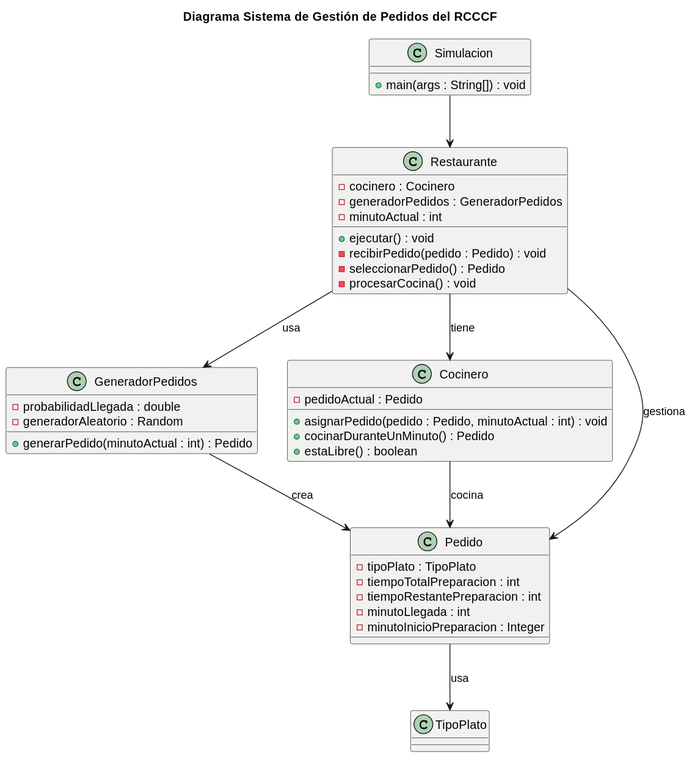
Before: entregas/orozcoBeatriz/documentos/diagramaReto005.svg, a diagram exported from PlantUML (mmasias/25-26-EDA1).
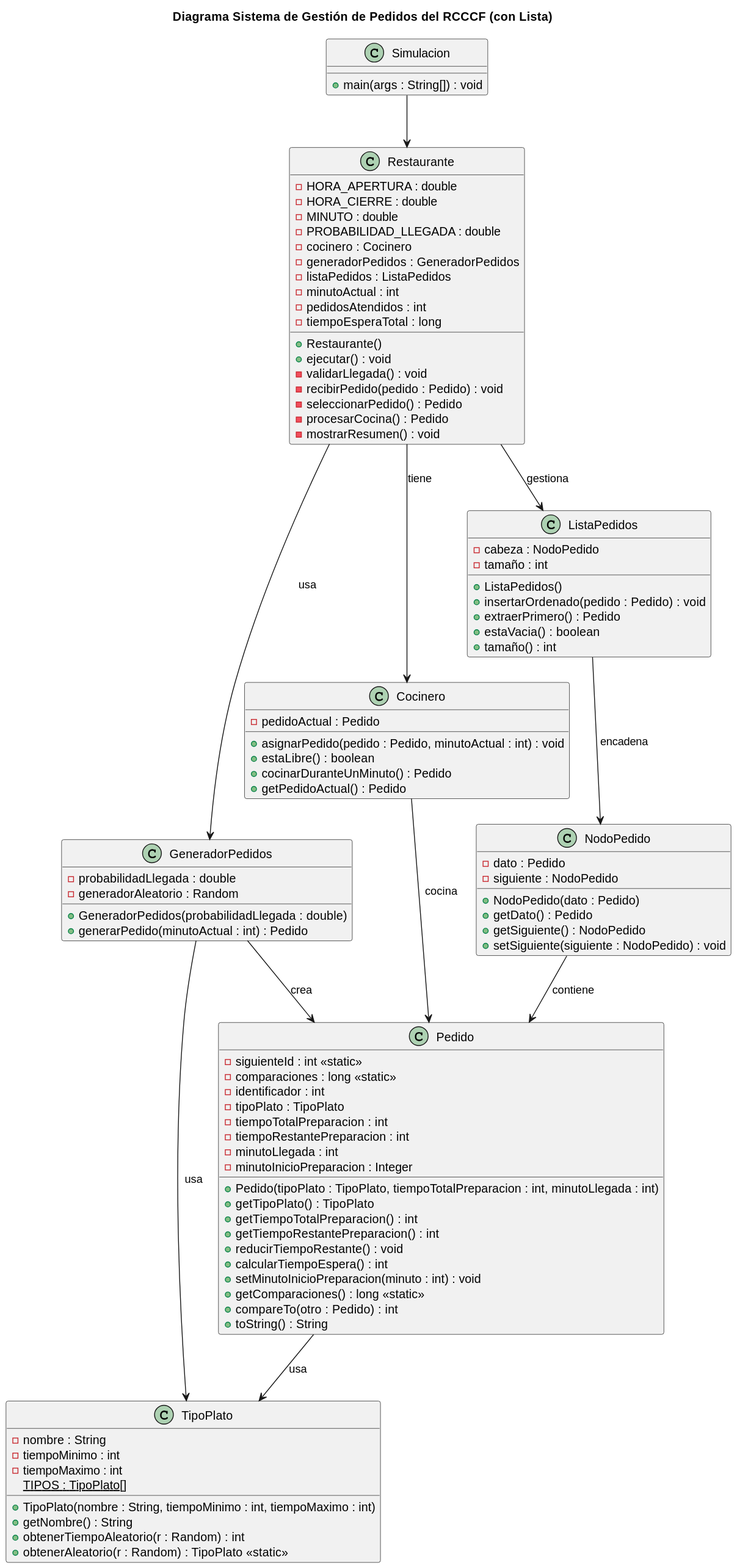
The same file after the commit.

Diff of the diagram source:
```diff
@@ -1,49 +1,104 @@
 @startuml
-title Diagrama Sistema de Gestión de Pedidos del RCCCF
+title Diagrama Sistema de Gestión de Pedidos del RCCCF (con Lista)
 
 class Simulacion {
     + main(args : String[]) : void
 }
 
 class Restaurante {
+    - HORA_APERTURA : double
+    - HORA_CIERRE : double
+    - MINUTO : double
+    - PROBABILIDAD_LLEGADA : double
     - cocinero : Cocinero
     - generadorPedidos : GeneradorPedidos
+    - listaPedidos : ListaPedidos
     - minutoActual : int
+    - pedidosAtendidos : int
+    - tiempoEsperaTotal : long
+    + Restaurante()
     + ejecutar() : void
+    - validarLlegada() : void
     - recibirPedido(pedido : Pedido) : void
     - seleccionarPedido() : Pedido
-    - procesarCocina() : void
+    - procesarCocina() : Pedido
+    - mostrarResumen() : void
+}
+
+class Cocinero {
+    - pedidoActual : Pedido
+    + asignarPedido(pedido : Pedido, minutoActual : int) : void
+    + estaLibre() : boolean
+    + cocinarDuranteUnMinuto() : Pedido
+    + getPedidoActual() : Pedido
 }
 
 class GeneradorPedidos {
     - probabilidadLlegada : double
     - generadorAleatorio : Random
+    + GeneradorPedidos(probabilidadLlegada : double)
     + generarPedido(minutoActual : int) : Pedido
 }
 
-class Cocinero {
-    - pedidoActual : Pedido
-    + asignarPedido(pedido : Pedido, minutoActual : int) : void
-    + cocinarDuranteUnMinuto() : Pedido
-    + estaLibre() : boolean
+class ListaPedidos {
+    - cabeza : NodoPedido
+    - tamaño : int
+    + ListaPedidos()
+    + insertarOrdenado(pedido : Pedido) : void
+    + extraerPrimero() : Pedido
+    + estaVacia() : boolean
+    + tamaño() : int
+}
+
+class NodoPedido {
+    - dato : Pedido
+    - siguiente : NodoPedido
+    + NodoPedido(dato : Pedido)
+    + getDato() : Pedido
+    + getSiguiente() : NodoPedido
+    + setSiguiente(siguiente : NodoPedido) : void
 }
 
 class Pedido {
+    - siguienteId : int <<static>>
+    - comparaciones : long <<static>>
+    - identificador : int
     - tipoPlato : TipoPlato
     - tiempoTotalPreparacion : int
     - tiempoRestantePreparacion : int
     - minutoLlegada : int
     - minutoInicioPreparacion : Integer
+    + Pedido(tipoPlato : TipoPlato, tiempoTotalPreparacion : int, minutoLlegada : int)
+    + getTipoPlato() : TipoPlato
+    + getTiempoTotalPreparacion() : int
+    + getTiempoRestantePreparacion() : int
+    + reducirTiempoRestante() : void
+    + calcularTiempoEspera() : int
+    + setMinutoInicioPreparacion(minuto : int) : void
+    + getComparaciones() : long <<static>>
+    + compareTo(otro : Pedido) : int
+    + toString() : String
 }
 
 class TipoPlato {
+    - nombre : String
+    - tiempoMinimo : int
+    - tiempoMaximo : int
+    + TipoPlato(nombre : String, tiempoMinimo : int, tiempoMaximo : int)
+    + getNombre() : String
+    + obtenerTiempoAleatorio(r : Random) : int
+    + obtenerAleatorio(r : Random) : TipoPlato <<static>>
+    {static} TIPOS : TipoPlato[]
 }
 
 Simulacion --> Restaurante
+Restaurante --> Cocinero : tiene
 Restaurante --> GeneradorPedidos : usa
-Restaurante --> Cocinero : tiene
-Restaurante --> Pedido : gestiona
+Restaurante --> ListaPedidos : gestiona
 GeneradorPedidos --> Pedido : crea
+GeneradorPedidos --> TipoPlato : usa
+ListaPedidos --> NodoPedido : encadena
+NodoPedido --> Pedido : contiene
 Cocinero --> Pedido : cocina
 Pedido --> TipoPlato : usa
 @enduml
```
